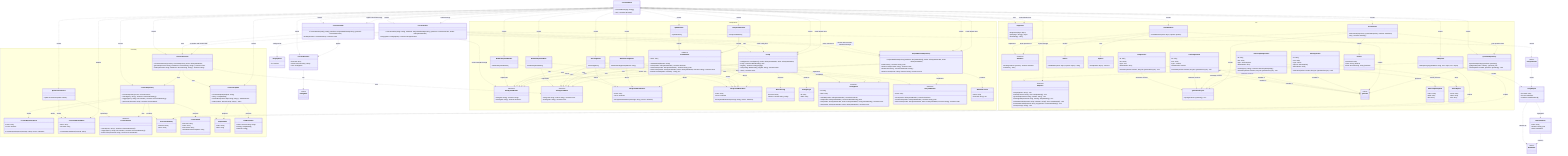
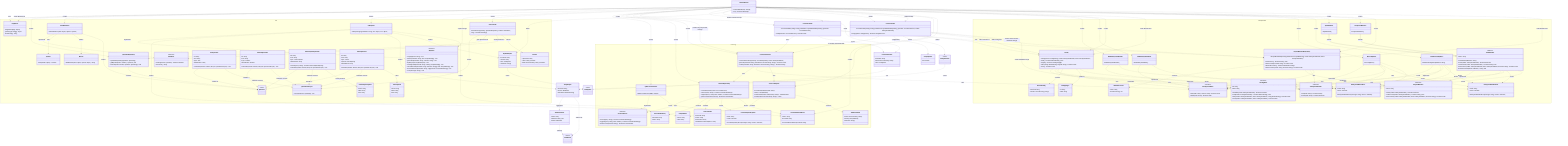
classDiagram
  direction TB

  class LicenseWizard {
    +LicenseWizard(args: string[])
    +run() Promise~Answer[]~
  }

  class LicenseInstaller {
    +LicenseInstaller(config: Config, manifests: ProjectManifestRepository, generator: LicenseGenerator)
    +install(selection: LicenseSelection) Promise~void~
  }

  class LicenseVerifier {
    +LicenseVerifier(config: Config, manifests: ProjectManifestRepository, generator: LicenseGenerator, reader: IFileSystemReader)
    +verify(options: VerifyOptions) Promise~VerifyOutcome~
  }

  class LicenseSelection {
    +licenseId: string
    +tokens: Record~string, string~
    +save: ConfigSave
  }

  class ConfigSave {
    <<union>>
  }

  class VerifyOptions {
    +fix: boolean
  }

  class VerifyOutcome {
    <<union>>
  }

  class VerifyReport {
    +licenseId: string
    +license: DriftStatus
    +manifests: ManifestCheck[]
  }

  class ManifestCheck {
    +name: string
    +declared: string | null
    +status: DriftStatus
  }

  class DriftStatus {
    <<union>>
  }

  namespace CLI {
    class FlagParser {
      +FlagParser(flags: object)
      +parse(args: string[]) object
      +formatHelp() string
    }

    class Orchestrator {
      +Orchestrator(repository: QuestionRepository, renderer: IRenderer)
      +run() Promise~Answer[]~
    }

    class IRenderer {
      <<interface>>
      +render(question: Question) Promise~Answer~
      +onCancel() string
    }

    class ClackRenderer {
      +ClackRenderer(meta: object, spinner: Spinner)
    }

    class IReporter {
      <<interface>>
      +usage(options: string) void
      +tokens(licenseId: string, slots: TemplateSlot[]) void
      +generated(licenseId: string, savedTo: string) void
+       +dryRun(report: DryRunReport) void
      +missingFields(licenseId: string, missing: TemplateSlot[]) void
      +unknownFields(licenseId: string, unknown: string[], slots: TemplateSlot[]) void
      +licenseNotFound(licenseId: string, suggestions: LicenseIndexEntry[]) void
      +error(message: string) void
+     }
+ 
+     class DryRunReport {
+       +licenseId: string
+       +content: string
+       +save: ConfigSave
+       +manifests: string[]
    }

    class CliReporter {
      +CliReporter(programName: string, out?: object, err?: object)
    }

    class Banner {
      +buildBanner(meta: object, options: object) string
    }

    class Spinner {
      +start(handle: object) Function
    }

    class QuestionRepository {
      +QuestionRepository(questions: Question[])
      +getByIndex(index: number) Question | null
      +insertAt(index: number, questions: Question[]) void
    }

    class QuestionLifecycle {
      +inject(questions: Question[]) void
    }

    class Question {
      <<union>>
    }

    class TextQuestion {
      +id: string
      +text: string
      +type: "text"
      +defaultValue: string
      +onAnswer(answer: Answer, lifecycle: QuestionLifecycle) void
    }

    class ConfirmQuestion {
      +id: string
      +text: string
      +type: "confirm"
      +defaultValue: boolean
      +onAnswer(answer: Answer, lifecycle: QuestionLifecycle) void
    }

    class AutocompleteQuestion {
      +id: string
      +text: string
      +type: "autocomplete"
      +defaultValue: string
      +search(query: string) Promise~AutocompleteOption[]~
      +onAnswer(answer: Answer, lifecycle: QuestionLifecycle) void
    }

    class AutocompleteOption {
      +value: string
      +label: string
      +hint: string
    }

    class SelectQuestion {
      +id: string
      +text: string
      +type: "select"
      +options: SelectOption[]
      +defaultValue: string
      +onAnswer(answer: Answer, lifecycle: QuestionLifecycle) void
    }

    class SelectOption {
      +value: string
      +label: string
      +hint: string
    }

    class Answer {
      +questionId: string
      +value: string | boolean
      +fields: Record~string, string | boolean~
    }
  }

  namespace Licensing {
    class LicenseRepository {
      +LicenseRepository(source: ILicenseSource)
      +search(query: string) Promise~LicenseIndexEntry[]~
      +suggest(query: string, limit: number) Promise~LicenseIndexEntry[]~
      +getLicense(licenseId: string) Promise~LicenseDetail~
    }

    class LicenseRepositoryError {
      +name: string
      +cause: unknown
      +LicenseRepositoryError(message: string, cause?: unknown)
    }

    class LicenseNotFoundError {
      +name: string
      +licenseId: string
      +LicenseNotFoundError(licenseId: string)
    }

    class ILicenseSource {
      <<interface>>
      +search(query: string) Promise~LicenseIndexEntry[]~
      +suggest(query: string, limit: number) Promise~LicenseIndexEntry[]~
      +fetchLicense(licenseId: string) Promise~LicenseDetail~
    }

    class SpdxLicenseSource {
      +SpdxLicenseSource(ttlMs: number)
    }

    class LicenseIndexEntry {
      +licenseId: string
      +name: string
    }

    class LicenseDetail {
      +licenseId: string
      +name: string
      +licenseText: string
      +standardLicenseTemplate?: string
    }

    class LicenseTemplate {
      +LicenseTemplate(template: string)
      +slots() TemplateSlot[]
      +resolveSlots(entries: Map~string, string~) SlotResolution
      +render(values: Record~string, string~) string
    }

    class TemplateSlot {
      +token: string
      +label: string
    }

    class SlotResolution {
      +values: Record~string, string~
      +missing: TemplateSlot[]
      +unknown: string[]
    }

    class LicenseGenerator {
      +LicenseGenerator(repository: LicenseRepository, writer: IFileSystemWriter)
      +generate(licenseId: string, slotValues?: Record~string, string~) Promise~void~
      +render(licenseId: string, slotValues?: Record~string, string~) Promise~string~
    }
  }

  namespace Configuration {
    class IFileSystemReader {
      <<interface>>
      +read(path: string) Promise~string~
      +exists(path: string) Promise~boolean~
    }

    class IFileSystemWriter {
      <<interface>>
      +write(path: string, content: string) Promise~void~
      +delete(path: string) Promise~void~
    }

    class NodeFileSystemReader {
      +NodeFileSystemReader()
    }

    class NodeFileSystemWriter {
      +NodeFileSystemWriter()
    }

    class FileSystemReaderError {
      +name: string
      +cause: unknown
      +FileSystemReaderError(message: string, cause?: unknown)
    }

    class FileSystemWriterError {
      +name: string
      +cause: unknown
      +FileSystemWriterError(message: string, cause?: unknown)
    }

    class WizardConfig {
      +licenseId: string
      +tokens?: Record~string, string~
    }

    class ConfigTarget {
      +id: string
      +label: string
    }

    class IConfigStore {
      <<interface>>
      +id: string
      +label: string
      +available(reader: IFileSystemReader) Promise~boolean~
      +read(reader: IFileSystemReader) Promise~WizardConfig | null~
      +write(reader: IFileSystemReader, writer: IFileSystemWriter, config: WizardConfig) Promise~void~
      +clear(reader: IFileSystemReader, writer: IFileSystemWriter) Promise~void~
    }

    class RcConfigStore {
      +RcConfigStore()
    }

    class ManifestConfigStore {
      +ManifestConfigStore(fileName: string)
    }

    class Config {
      +Config(stores: IConfigStore[], reader: IFileSystemReader, writer: IFileSystemWriter)
      +read() Promise~WizardConfig | null~
      +targets() Promise~ConfigTarget[]~
      +write(config: WizardConfig, targetId: string) Promise~void~
      +clear() Promise~void~
    }

    class IProjectManifest {
      <<interface>>
      +name: string
      +exists(reader: IFileSystemReader) Promise~boolean~
      +readLicense(reader: IFileSystemReader) Promise~string | null~
      +writeLicense(reader: IFileSystemReader, writer: IFileSystemWriter, licenseId: string) Promise~void~
    }

    class JsonManifest {
      <<abstract>>
      +JsonManifest(fileName: string)
      +name: string
      +exists(reader: IFileSystemReader) Promise~boolean~
      +readLicense(reader: IFileSystemReader) Promise~string | null~
      +writeLicense(reader: IFileSystemReader, writer: IFileSystemWriter, licenseId: string) Promise~void~
      #extractLicenseId(value: unknown)* string | null
    }

    class NpmManifest {
      +NpmManifest()
    }

    class ComposerManifest {
      +ComposerManifest()
    }

    class ProjectManifestRepository {
      +ProjectManifestRepository(manifests: IProjectManifest[], reader: IFileSystemReader, writer: IFileSystemWriter)
      +readLicense() Promise~string | null~
      +writeLicense(licenseId: string) Promise~void~
      +declaredLicenses() Promise~ManifestLicense[]~
      +writeLicenseTo(name: string, licenseId: string) Promise~void~
    }

    class ManifestLicense {
      +name: string
      +licenseId: string | null
    }
  }

  TextQuestion ..|> Question : member of
  ConfirmQuestion ..|> Question : member of
  AutocompleteQuestion ..|> Question : member of
  SelectQuestion ..|> Question : member of
  TextQuestion ..> QuestionLifecycle : onAnswer receives
  ConfirmQuestion ..> QuestionLifecycle : onAnswer receives
  AutocompleteQuestion ..> QuestionLifecycle : onAnswer receives
  SelectQuestion ..> QuestionLifecycle : onAnswer receives
  SelectQuestion ..> SelectOption : offers
  Orchestrator ..> QuestionLifecycle : creates
  ClackRenderer ..|> IRenderer : implements
  ClackRenderer ..> Spinner : uses
  ClackRenderer ..> Banner : renders
  CliReporter ..|> IReporter : implements
  CliReporter ..> TemplateSlot : renders
  CliReporter ..> VerifyReport : renders
+   CliReporter ..> DryRunReport : renders
  LicenseWizard ..> FlagParser : uses
  LicenseWizard ..> FlagParser : reads defaults from
  LicenseWizard ..> QuestionRepository : creates
  LicenseWizard ..> ClackRenderer : creates
  LicenseWizard ..> CliReporter : creates
  LicenseWizard ..> IReporter : reports through
  LicenseWizard ..> Orchestrator : creates
  LicenseWizard ..> SpdxLicenseSource : creates
  LicenseWizard ..> LicenseRepository : creates
  LicenseWizard ..> LicenseGenerator : creates
+   LicenseWizard ..> LicenseGenerator : renders dry-run preview through
  LicenseWizard ..> LicenseInstaller : creates
  LicenseWizard ..> LicenseInstaller : applies selection through
  LicenseWizard ..> LicenseSelection : builds
+   LicenseWizard ..> DryRunReport : builds
  LicenseWizard ..> LicenseVerifier : creates
  LicenseWizard ..> LicenseVerifier : verifies through
  LicenseInstaller ..> Config : uses
  LicenseInstaller ..> ProjectManifestRepository : writes selection to
  LicenseInstaller ..> LicenseGenerator : uses
  LicenseInstaller ..> LicenseSelection : applies
  LicenseVerifier ..> Config : reads config from
  LicenseVerifier ..> ProjectManifestRepository : checks and reconciles manifests through
  LicenseVerifier ..> LicenseGenerator : re-renders and rewrites with
  LicenseVerifier ..> IFileSystemReader : reads LICENSE through
  LicenseVerifier ..> VerifyOptions : configured by
  LicenseVerifier ..> VerifyOutcome : returns
  VerifyOutcome ..> VerifyReport : carries
  VerifyReport ..> ManifestCheck : aggregates
  VerifyReport ..> DriftStatus : statuses by
  ManifestCheck ..> DriftStatus : status by
  ProjectManifestRepository ..> ManifestLicense : produces
  LicenseSelection ..> ConfigSave : has
+   DryRunReport ..> ConfigSave : carries
  Orchestrator ..> QuestionRepository : gets questions from
  Orchestrator ..> IRenderer : feeds questions to
  ClackRenderer ..> Question : renders
  QuestionRepository ..> Question : produces
  AutocompleteQuestion ..> AutocompleteOption : search produces
  Orchestrator ..> Answer : collects
  SpdxLicenseSource ..|> ILicenseSource : implements
  LicenseRepository ..> ILicenseSource : uses
  LicenseRepository ..> LicenseIndexEntry : produces
  LicenseRepository ..> LicenseDetail : produces
  LicenseRepository ..> LicenseRepositoryError : throws
  LicenseRepository ..> LicenseNotFoundError : throws
  SpdxLicenseSource ..> LicenseNotFoundError : throws
  LicenseWizard ..> LicenseNotFoundError : handles
  CliReporter ..> LicenseIndexEntry : renders
  LicenseGenerator ..> LicenseRepository : uses
  LicenseGenerator ..> IFileSystemWriter : uses
  LicenseGenerator ..> LicenseTemplate : uses
  LicenseTemplate ..> TemplateSlot : produces
  LicenseTemplate ..> SlotResolution : produces
  LicenseWizard ..> LicenseTemplate : creates
  NodeFileSystemReader ..|> IFileSystemReader : implements
  NodeFileSystemWriter ..|> IFileSystemWriter : implements
  NodeFileSystemReader ..> FileSystemReaderError : throws
  NodeFileSystemWriter ..> FileSystemWriterError : throws
  Config ..> IConfigStore : coordinates
  Config ..> IFileSystemReader : uses
  Config ..> IFileSystemWriter : uses
  Config ..> WizardConfig : produces
  Config ..> ConfigTarget : produces
  Config ..> FileSystemWriterError : throws
  RcConfigStore ..|> IConfigStore : implements
  ManifestConfigStore ..|> IConfigStore : implements
  RcConfigStore ..> IFileSystemReader : uses
  RcConfigStore ..> IFileSystemWriter : uses
  RcConfigStore ..> FileSystemReaderError : throws
  RcConfigStore ..> FileSystemWriterError : throws
  ManifestConfigStore ..> IFileSystemReader : uses
  ManifestConfigStore ..> IFileSystemWriter : uses
  ManifestConfigStore ..> FileSystemReaderError : throws
  ManifestConfigStore ..> FileSystemWriterError : throws
  JsonManifest ..|> IProjectManifest : implements
  NpmManifest --|> JsonManifest : extends
  ComposerManifest --|> JsonManifest : extends
  JsonManifest ..> IFileSystemReader : uses
  JsonManifest ..> IFileSystemWriter : uses
  JsonManifest ..> FileSystemReaderError : throws
  JsonManifest ..> FileSystemWriterError : throws
  ProjectManifestRepository ..> IProjectManifest : coordinates
  ProjectManifestRepository ..> IFileSystemReader : uses
  ProjectManifestRepository ..> IFileSystemWriter : uses
  LicenseWizard ..> NodeFileSystemReader : creates
  LicenseWizard ..> NodeFileSystemWriter : creates
  LicenseWizard ..> Config : creates
  LicenseWizard ..> Config : reads defaults from
  LicenseWizard ..> RcConfigStore : creates
  LicenseWizard ..> ManifestConfigStore : creates
  LicenseWizard ..> NpmManifest : creates
  LicenseWizard ..> ComposerManifest : creates
  LicenseWizard ..> ProjectManifestRepository : creates
  LicenseWizard ..> ProjectManifestRepository : reads defaults from
